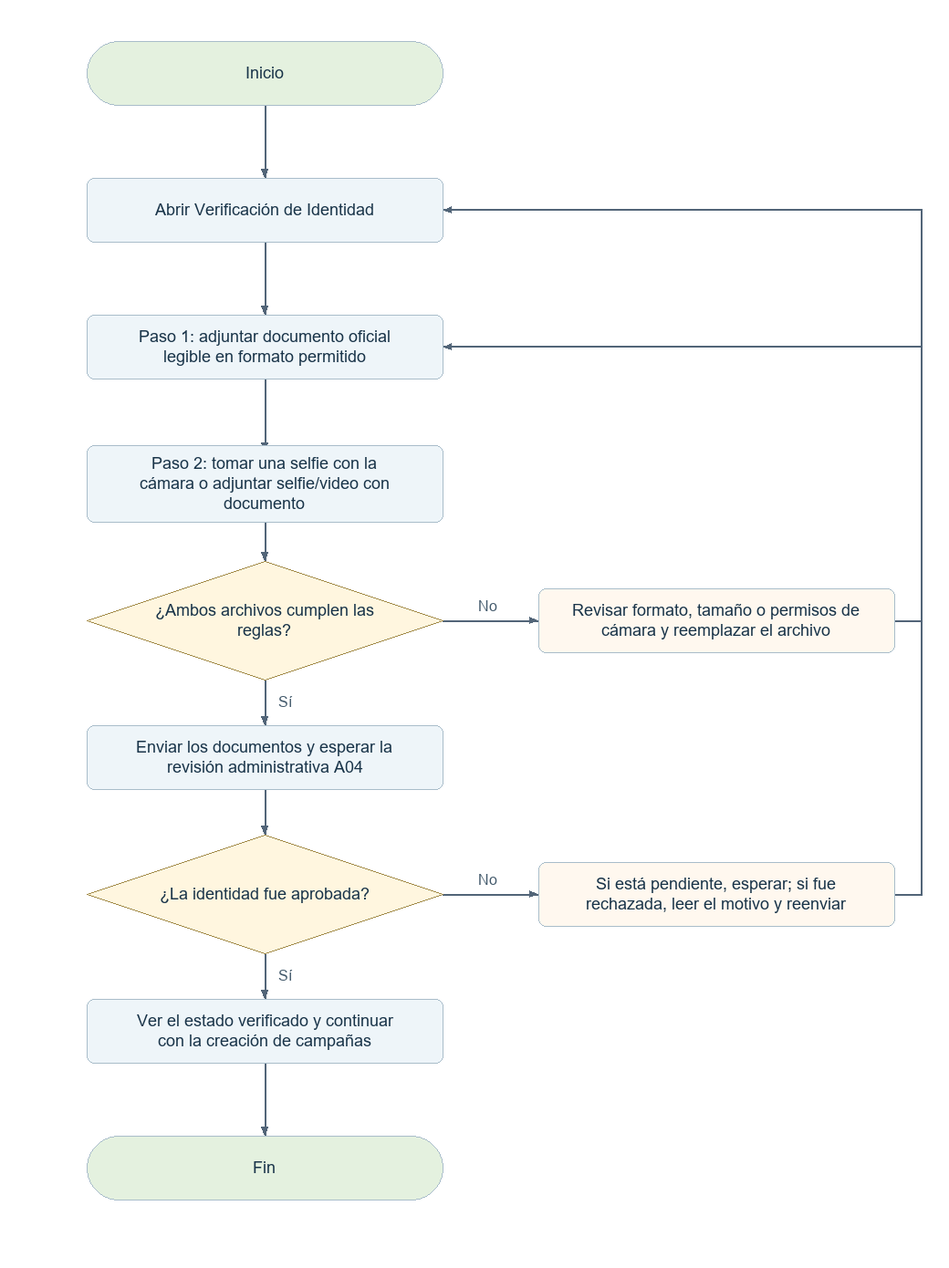
Before: docs/diagramas-web/png/E02.png, a diagram exported from Mermaid (elingeyesdev/t3-crowdfunding-inversion). Its source is kept beside it as docs/diagramas-web/mermaid/E02.mmd.
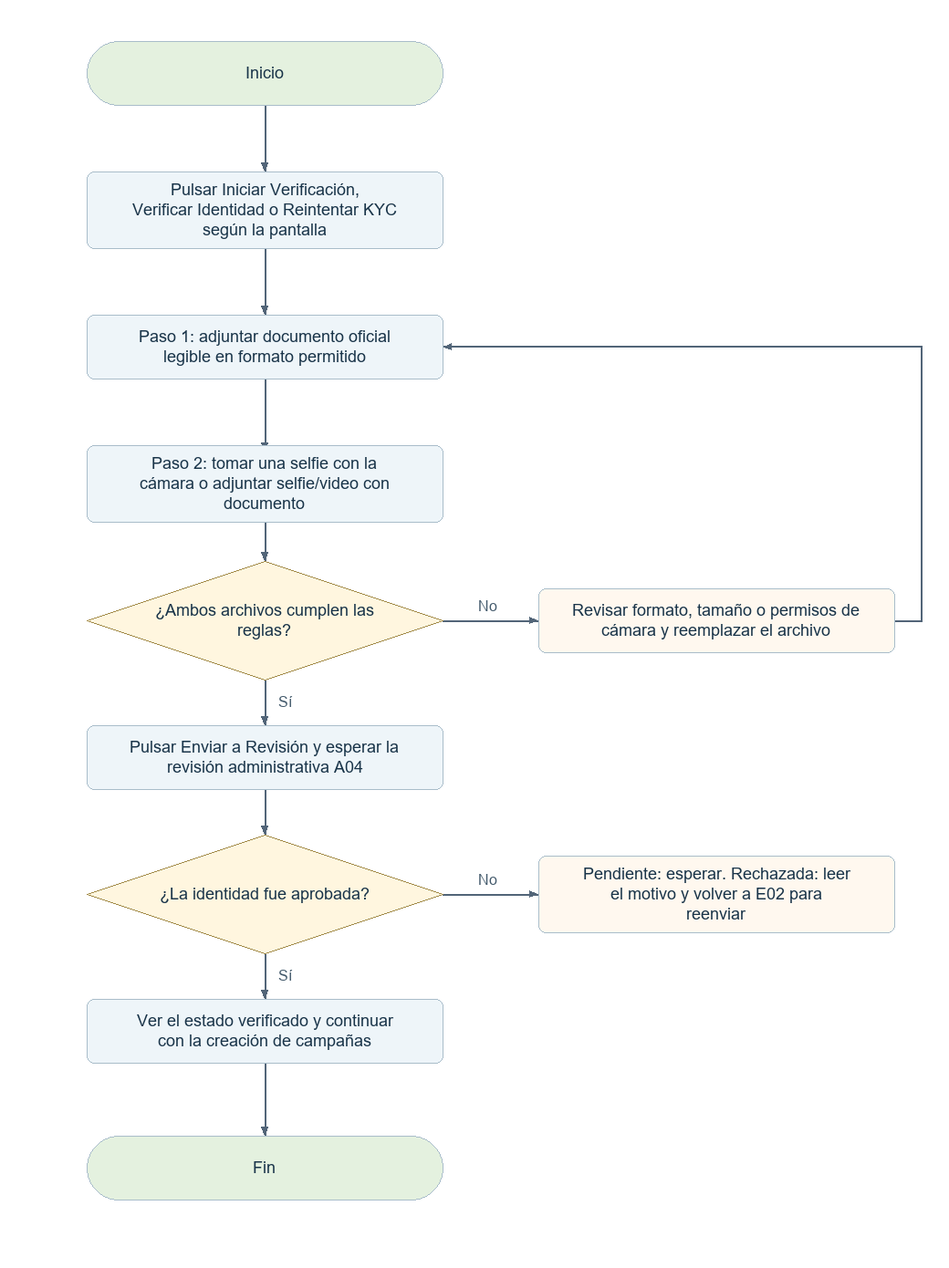
The same file after the commit.

Change to the diagram source:
```diff
@@ -1,7 +1,7 @@
 flowchart TD
   N0(["Inicio"])
   N0 --> N1
-  N1["Abrir Verificación de Identidad"]
+  N1["Pulsar Iniciar Verificación, Verificar Identidad o Reintentar KYC según la pantalla"]
   N1 --> N2
   N2["Paso 1: adjuntar documento oficial legible en formato permitido"]
   N2 --> N3
@@ -12,13 +12,12 @@
   B4["Revisar formato, tamaño o permisos de cámara y reemplazar el archivo"]
   N4 -->|"No"| B4
   B4 --> N2
-  N5["Enviar los documentos y esperar la revisión administrativa A04"]
+  N5["Pulsar Enviar a Revisión y esperar la revisión administrativa A04"]
   N5 --> N6
   N6{"¿La identidad fue aprobada?"}
   N6 -->|"Sí"| N7
-  B6["Si está pendiente, esperar; si fue rechazada, leer el motivo y reenviar"]
+  B6(["Pendiente: esperar. Rechazada: leer el motivo y volver a E02 para reenviar"])
   N6 -->|"No"| B6
-  B6 --> N1
   N7["Ver el estado verificado y continuar con la creación de campañas"]
   N7 --> N8
   N8(["Fin"])
```
